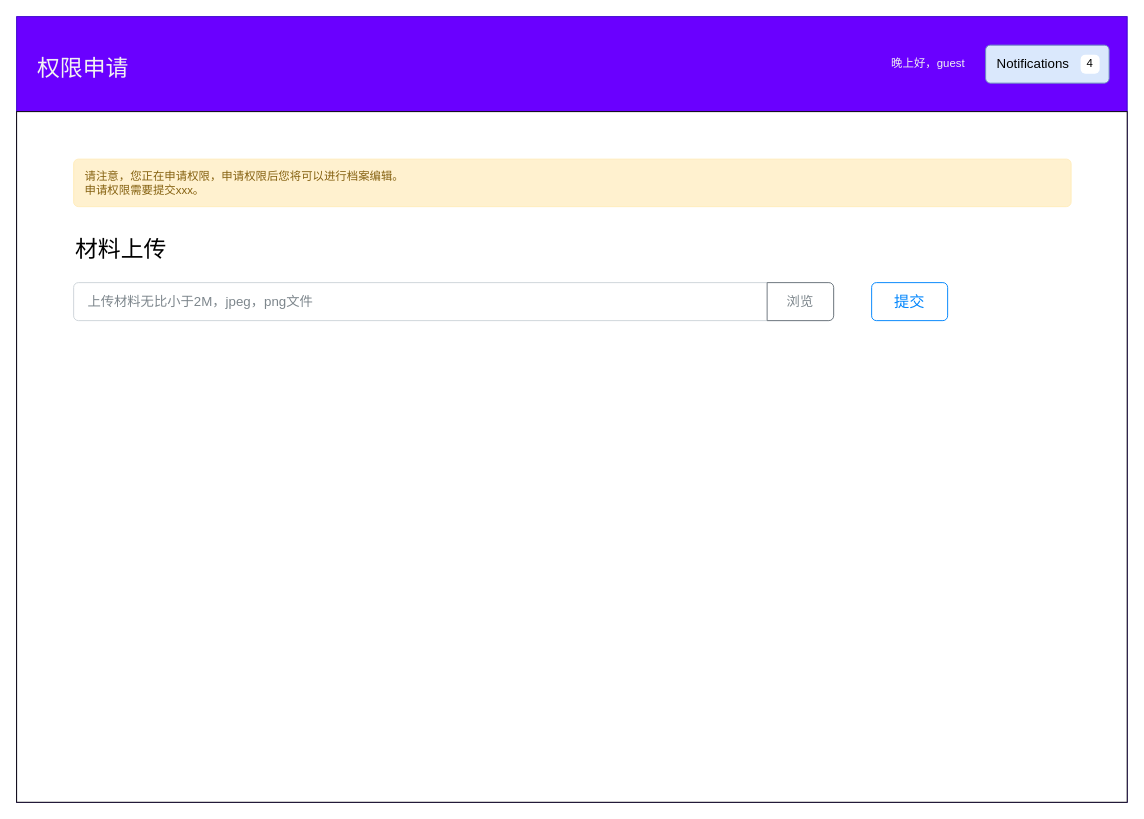
This is 权限申请.drawio from icemeowzhi/uml, a draw.io file, before an edit. Source tidied: cells renumbered, new cells numbered last; positions are measured from the earlier drawing's top-left corner, leaving out a move shared by most shapes. Both pictures are drawn from the tidied source at 95%, with x=0, y=0 at pixel (16, 16).
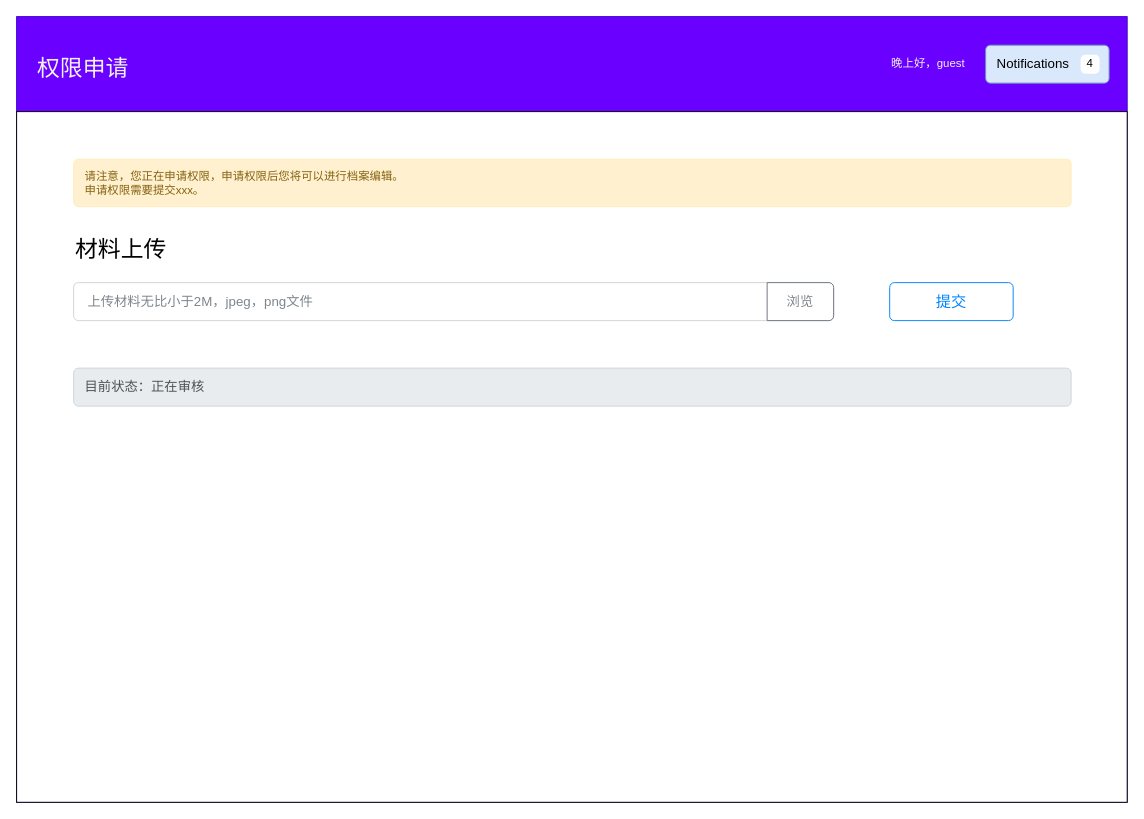
The same diagram, later.

Commit message (it also covers changes not shown here):
更新权限申请.drawio

Change to the diagram source:
```diff
@@
 <mxGraphModel>
   <root>
     <mxCell id="0" />
     <mxCell id="1" parent="0" />
     <mxCell id="2" style="rounded=0;whiteSpace=wrap;html=1;fillColor=#6a00ff;fontColor=#ffffff;strokeColor=#3700CC;" parent="1" vertex="1">
       <mxGeometry width="1169" height="827" as="geometry" />
     </mxCell>
     <mxCell id="3" style="rounded=0;whiteSpace=wrap;html=1;" parent="1" vertex="1">
       <mxGeometry y="100" width="1169" height="727" as="geometry" />
     </mxCell>
     <mxCell id="4" value="权限申请" style="text;strokeColor=none;align=left;fillColor=none;html=1;verticalAlign=middle;whiteSpace=wrap;rounded=0;fontSize=24;fontColor=#F2F2F2;" parent="1" vertex="1">
       <mxGeometry x="20" y="40" width="250" height="30" as="geometry" />
     </mxCell>
     <mxCell id="5" value="Notifications" style="html=1;shadow=0;dashed=0;shape=mxgraph.bootstrap.rrect;rSize=5;strokeWidth=1;whiteSpace=wrap;align=left;verticalAlign=middle;spacingLeft=10;fontStyle=0;fontSize=14;fillColor=#dae8fc;strokeColor=#6c8ebf;" parent="1" vertex="1">
       <mxGeometry x="1020" y="30" width="130" height="40" as="geometry" />
     </mxCell>
     <mxCell id="6" value="4" style="html=1;shadow=0;dashed=0;shape=mxgraph.bootstrap.rrect;rSize=5;strokeColor=none;strokeWidth=1;fillColor=#ffffff;fontColor=#000000;whiteSpace=wrap;align=center;verticalAlign=middle;fontSize=12;" parent="5" vertex="1">
       <mxGeometry x="1" y="0.5" width="20" height="20" relative="1" as="geometry">
         <mxPoint x="-30" y="-10" as="offset" />
       </mxGeometry>
     </mxCell>
     <mxCell id="7" value="晚上好，guest" style="text;strokeColor=none;align=left;fillColor=none;html=1;verticalAlign=middle;whiteSpace=wrap;rounded=0;fontSize=12;fontColor=#F2F2F2;" parent="1" vertex="1">
       <mxGeometry x="919" y="35" width="250" height="30" as="geometry" />
     </mxCell>
     <mxCell id="8" value="&lt;div&gt;请注意，您正在申请权限，申请权限后您将可以进行档案编辑。&lt;/div&gt;&lt;div&gt;申请权限需要提交xxx。&lt;br&gt;&lt;/div&gt;" style="html=1;shadow=0;dashed=0;shape=mxgraph.bootstrap.rrect;rSize=5;strokeColor=#FFECBC;strokeWidth=1;fillColor=#FFF1CF;fontColor=#856110;whiteSpace=wrap;align=left;verticalAlign=middle;spacingLeft=10;" parent="1" vertex="1">
       <mxGeometry x="60" y="150" width="1050" height="50" as="geometry" />
     </mxCell>
     <mxCell id="9" value="上传材料无比小于2M，jpeg，png文件" style="html=1;shadow=0;dashed=0;shape=mxgraph.bootstrap.rrect;rSize=5;strokeColor=#CED4DA;html=1;whiteSpace=wrap;fillColor=#FFFFFF;fontColor=#7D868C;align=left;spacingLeft=0;spacing=15;fontSize=14;" parent="1" vertex="1">
       <mxGeometry x="60" y="280" width="800" height="40" as="geometry" />
     </mxCell>
     <mxCell id="10" value="浏览" style="html=1;shadow=0;dashed=0;shape=mxgraph.bootstrap.rightButton;strokeColor=#6C757D;gradientColor=inherit;fontColor=inherit;fillColor=inherit;rSize=5;perimeter=none;whiteSpace=wrap;fontSize=14;" parent="9" vertex="1">
       <mxGeometry x="1" width="70" height="40" relative="1" as="geometry">
         <mxPoint x="-70" as="offset" />
       </mxGeometry>
     </mxCell>
     <mxCell id="11" value="材料上传" style="text;strokeColor=none;align=left;fillColor=none;html=1;verticalAlign=middle;whiteSpace=wrap;rounded=0;fontSize=24;" parent="1" vertex="1">
       <mxGeometry x="60" y="230" width="250" height="30" as="geometry" />
     </mxCell>
     <mxCell id="12" value="提交" style="html=1;shadow=0;dashed=0;shape=mxgraph.bootstrap.rrect;rSize=5;strokeColor=#0085FC;strokeWidth=1;fillColor=none;fontColor=#0085FC;whiteSpace=wrap;align=center;verticalAlign=middle;spacingLeft=0;fontStyle=0;fontSize=16;spacing=5;" parent="1" vertex="1">
-      <mxGeometry x="900" y="280" width="80" height="40" as="geometry" />
+      <mxGeometry x="919" y="280" width="130" height="40" as="geometry" />
     </mxCell>
+    <mxCell id="13" value="目前状态：正在审核" style="html=1;shadow=0;dashed=0;shape=mxgraph.bootstrap.rrect;rSize=5;strokeColor=#CED4DA;strokeWidth=1;fillColor=#E9ECEF;fontColor=#505050;whiteSpace=wrap;align=left;verticalAlign=middle;spacingLeft=10;fontSize=14;" parent="1" vertex="1">
+      <mxGeometry x="60" y="370" width="1050" height="40" as="geometry" />
+    </mxCell>
   </root>
 </mxGraphModel>
```
